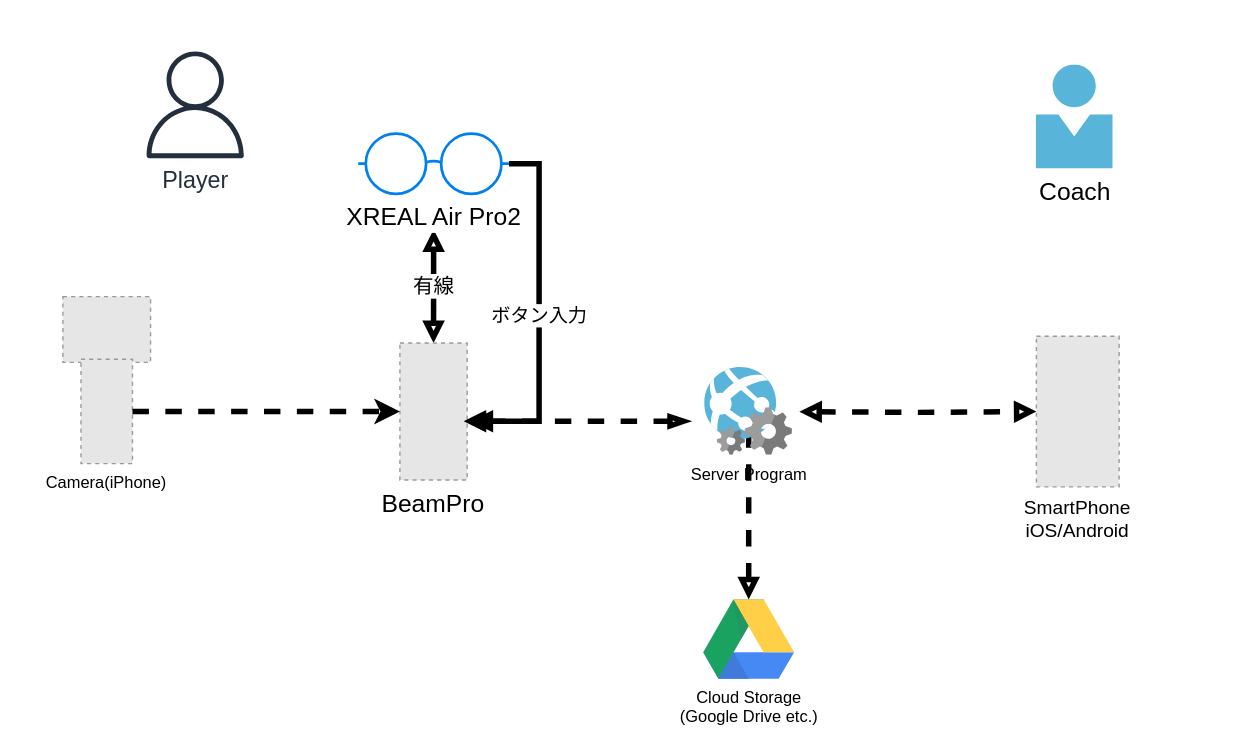
This is XREAL_COACH.drawio from STak4/SmartGlassCoaching, a draw.io file, before an edit. Source tidied: cells renumbered, new cells numbered last; positions are measured from the earlier drawing's top-left corner, leaving out a move shared by most shapes. Both pictures are drawn from the tidied source at 137%, with x=0, y=0 at pixel (62, 51). Pictures stored in the file or linked from it are replaced by grey dashed boxes.
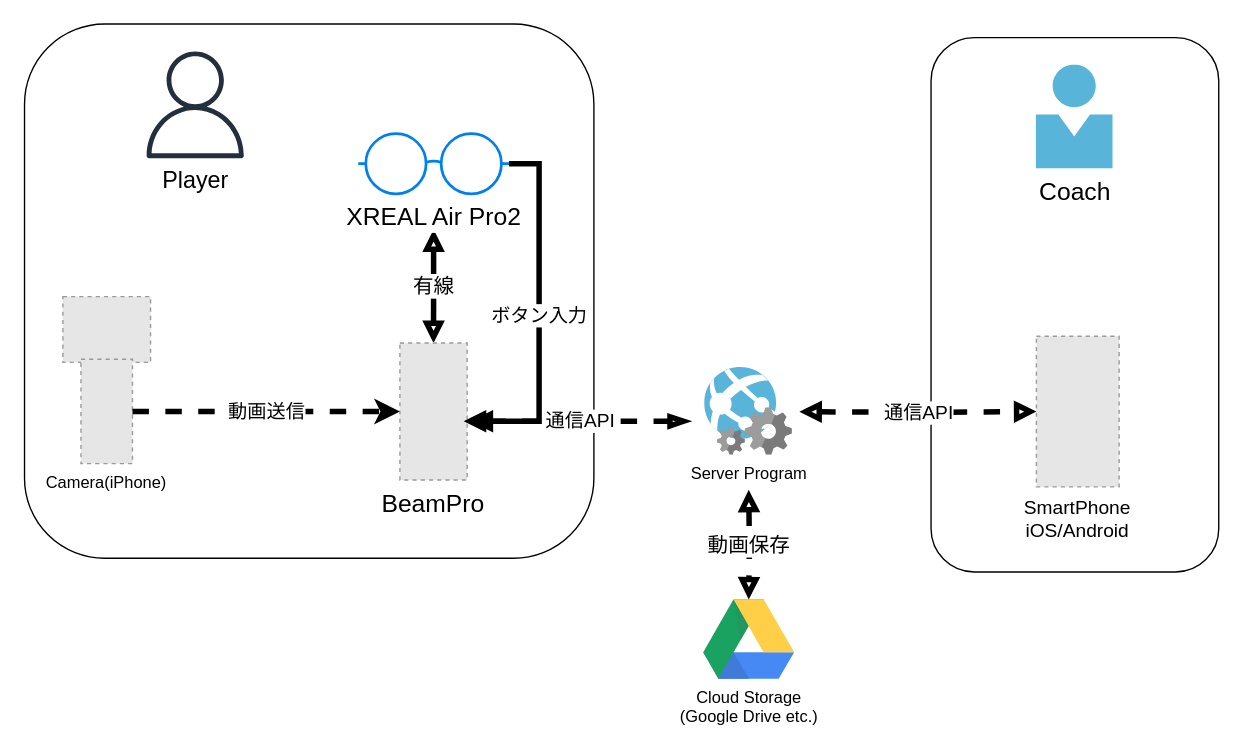
The same page after the edit.

Commit message (it also covers changes not shown here):
XREAL_COACH.drawio を更新します

Unchanged cells that the change refers to:
```xml
<mxCell id="7" value="BeamPro" style="fillColor=#E6E6E6;strokeColor=#999999;dashed=1;verticalLabelPosition=bottom;labelBackgroundColor=#ffffff;verticalAlign=top;fontSize=18;" parent="1" vertex="1">
  <mxGeometry x="246.4" y="212.9" width="49.1" height="100" as="geometry" />
</mxCell>
<mxCell id="10" value="Camera(iPhone)" style="fillColor=#E6E6E6;strokeColor=#999999;dashed=1;verticalLabelPosition=bottom;labelBackgroundColor=#ffffff;verticalAlign=top;" parent="8" vertex="1">
  <mxGeometry x="13.2" y="45.7" width="37.6" height="76.2" as="geometry" />
</mxCell>
<mxCell id="15" value="SmartPhone&#10;iOS/Android" style="fillColor=#E6E6E6;strokeColor=#999999;dashed=1;verticalLabelPosition=bottom;labelBackgroundColor=#ffffff;verticalAlign=top;fontSize=14;" parent="1" vertex="1">
  <mxGeometry x="711" y="207.9" width="60.4" height="110" as="geometry" />
</mxCell>
```

The edit, as a diff of the source:
```diff
@@
+    <mxCell id="18" style="rounded=1;whiteSpace=wrap;html=1;labelBackgroundColor=none;fillColor=none;" parent="1" vertex="1">
+      <mxGeometry x="634.1" y="-10" width="210" height="390" as="geometry" />
+    </mxCell>
+    <mxCell id="19" style="rounded=1;whiteSpace=wrap;html=1;labelBackgroundColor=none;fillColor=none;" parent="1" vertex="1">
+      <mxGeometry x="-27.6" y="-20" width="415.6" height="390" as="geometry" />
+    </mxCell>
-    <mxCell id="2" style="rounded=0;orthogonalLoop=1;jettySize=auto;html=1;strokeWidth=4;strokeColor=default;startArrow=blockThin;startFill=0;endArrow=block;endFill=0;dashed=1;targetPerimeterSpacing=6;sourcePerimeterSpacing=6;" parent="1" edge="1">
+    <mxCell id="2" value="通信API" style="rounded=0;orthogonalLoop=1;jettySize=auto;html=1;strokeWidth=4;strokeColor=default;startArrow=blockThin;startFill=0;endArrow=block;endFill=0;dashed=1;targetPerimeterSpacing=6;sourcePerimeterSpacing=6;fontSize=14;" parent="1" edge="1">
       <mxGeometry relative="1" as="geometry">
         <mxPoint x="458" y="270" as="sourcePoint" />
         <mxPoint x="298" y="270" as="targetPoint" />
       </mxGeometry>
     </mxCell>
-    <mxCell id="3" style="edgeStyle=orthogonalEdgeStyle;rounded=0;jettySize=auto;html=1;entryX=0;entryY=0.5;entryDx=0;entryDy=0;strokeWidth=4;dashed=1;endArrow=block;endFill=0;startArrow=block;startFill=0;targetPerimeterSpacing=6;sourcePerimeterSpacing=6;" parent="1" edge="1" target="15">
+    <mxCell id="3" value="通信API" style="edgeStyle=orthogonalEdgeStyle;rounded=0;jettySize=auto;html=1;entryX=0;entryY=0.5;entryDx=0;entryDy=0;strokeWidth=4;dashed=1;endArrow=block;endFill=0;startArrow=block;startFill=0;targetPerimeterSpacing=6;sourcePerimeterSpacing=6;fontSize=14;" parent="1" edge="1" target="15">
       <mxGeometry relative="1" as="geometry">
         <mxPoint x="538" y="263" as="sourcePoint" />
       </mxGeometry>
     </mxCell>
-    <mxCell id="4" style="edgeStyle=orthogonalEdgeStyle;rounded=0;jettySize=auto;html=1;strokeWidth=4;startArrow=block;startFill=0;endArrow=block;endFill=0;dashed=1;" parent="1" edge="1" source="5" target="13">
-      <mxGeometry relative="1" as="geometry" />
+    <mxCell id="4" value="動画保存" style="edgeStyle=orthogonalEdgeStyle;rounded=0;jettySize=auto;html=1;strokeWidth=4;startArrow=block;startFill=0;endArrow=block;endFill=0;dashed=1;fontSize=15;" parent="1" edge="1" target="13">
+      <mxGeometry relative="1" as="geometry">
+        <mxPoint x="501" y="320" as="sourcePoint" />
+      </mxGeometry>
     </mxCell>
-    <mxCell id="5" value="Server Program" style="html=1;perimeter=none;align=center;shadow=0;dashed=0;image;fontSize=12;image=img/lib/mscae/WebApp_WebJobs.svg;labelBackgroundColor=none;" parent="1" vertex="1">
+    <mxCell id="5" value="Server Program" style="html=1;perimeter=none;align=center;shadow=0;dashed=0;image;fontSize=12;image=img/lib/mscae/WebApp_WebJobs.svg;labelBackgroundColor=default;" parent="1" vertex="1">
       <mxGeometry x="469" y="230.9" width="64" height="64" as="geometry" />
     </mxCell>
@@
-    <mxCell id="11" style="edgeStyle=orthogonalEdgeStyle;rounded=0;jettySize=auto;html=1;entryX=0;entryY=0.5;entryDx=0;entryDy=0;dashed=1;strokeWidth=4;" parent="1" edge="1" source="10" target="7">
+    <mxCell id="11" value="動画送信" style="edgeStyle=orthogonalEdgeStyle;rounded=0;jettySize=auto;html=1;entryX=0;entryY=0.5;entryDx=0;entryDy=0;dashed=1;strokeWidth=4;fontSize=14;" parent="1" edge="1" source="10" target="7">
       <mxGeometry relative="1" as="geometry" />
     </mxCell>
@@
-    <mxCell id="13" value="Cloud Storage&lt;div&gt;(Google Drive etc.)&lt;/div&gt;" style="dashed=0;outlineConnect=0;html=1;align=center;labelPosition=center;verticalLabelPosition=bottom;verticalAlign=top;shape=mxgraph.weblogos.google_drive;" parent="1" vertex="1">
+    <mxCell id="13" value="Cloud Storage&lt;div&gt;(Google Drive etc.)&lt;/div&gt;" style="dashed=0;outlineConnect=0;html=1;align=center;labelPosition=center;verticalLabelPosition=bottom;verticalAlign=top;shape=mxgraph.weblogos.google_drive;labelBackgroundColor=default;" parent="1" vertex="1">
       <mxGeometry x="467.8" y="400" width="66.4" height="58" as="geometry" />
     </mxCell>
@@
-    <mxCell id="16" value="Player" style="sketch=0;fontColor=#232F3E;gradientColor=none;fillColor=#232F3D;strokeColor=none;dashed=0;verticalLabelPosition=bottom;verticalAlign=top;align=center;html=1;fontSize=17;fontStyle=0;shape=mxgraph.aws4.user;" parent="1" vertex="1">
+    <mxCell id="16" value="Player" style="sketch=0;fontColor=#000000;gradientColor=none;fillColor=#232F3D;strokeColor=none;dashed=0;verticalLabelPosition=bottom;verticalAlign=top;align=center;html=1;fontSize=17;fontStyle=0;shape=mxgraph.aws4.user;labelBackgroundColor=default;" parent="1" vertex="1">
       <mxGeometry x="58" width="78" height="78" as="geometry" />
     </mxCell>
```
